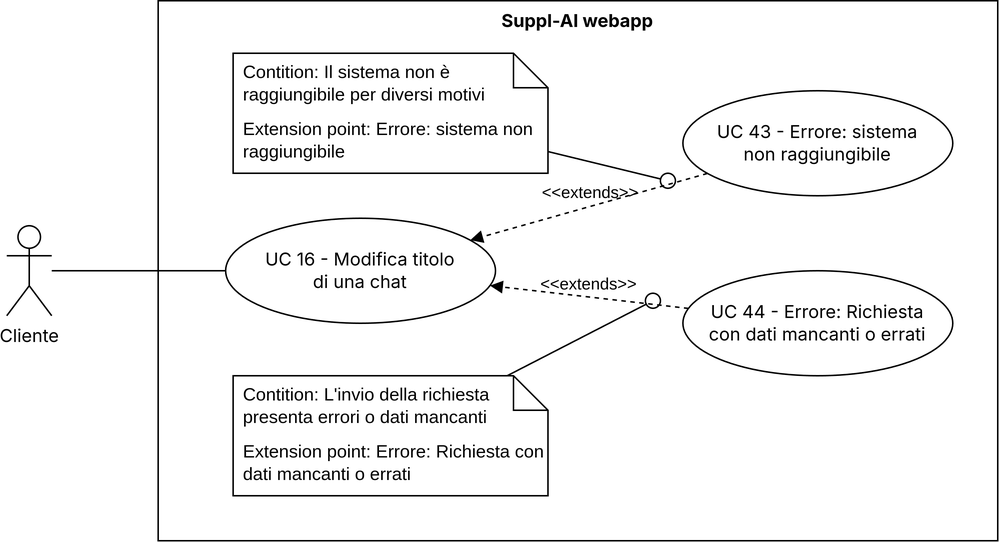
CodeHex16/documentazione keeps this draw.io diagram as 3 - PB/imgs/uc16.png. Above is the earlier version. Source tidied: cells renumbered, new cells last; positions are measured from the earlier drawing's top-left corner, leaving out a move shared by most shapes.
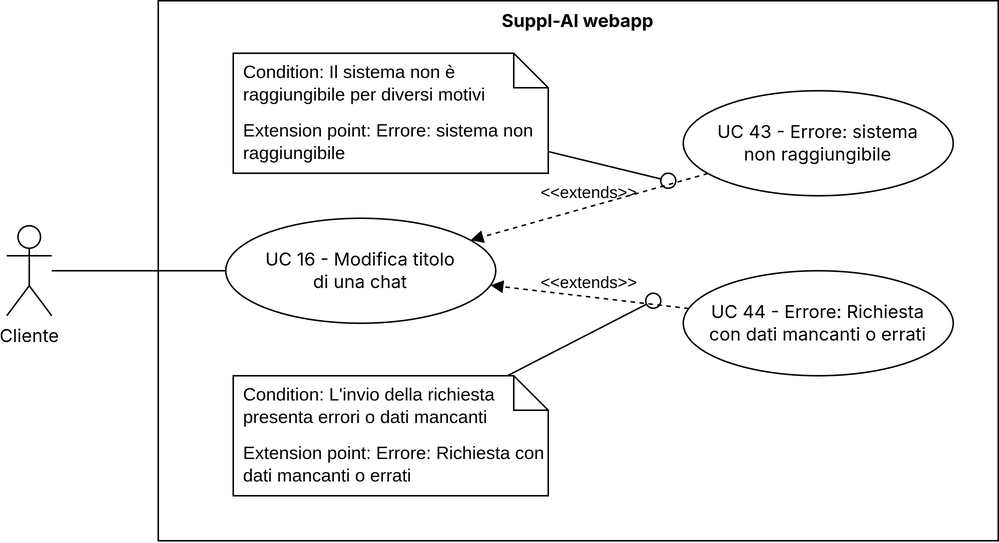
After the change.

Change to the diagram source:
```diff
@@ -28,7 +28,7 @@
     <mxCell id="9" value="&lt;br&gt;Extension point: Errore: sistema non raggiungibile" style="shape=note2;boundedLbl=1;whiteSpace=wrap;html=1;size=23;verticalAlign=top;align=left;spacingLeft=5;" parent="1" vertex="1">
       <mxGeometry x="151" y="35" width="210" height="80" as="geometry" />
     </mxCell>
-    <mxCell id="10" value="&lt;span style=&quot;text-align: center;&quot;&gt;Contition: Il sistema non è raggiungibile per diversi motivi&lt;/span&gt;" style="strokeColor=none;fillColor=none;align=left;spacingLeft=5;whiteSpace=wrap;html=1;" parent="9" vertex="1">
+    <mxCell id="10" value="&lt;span style=&quot;text-align: center;&quot;&gt;Condition&lt;/span&gt;&lt;span style=&quot;text-align: center;&quot;&gt;: Il sistema non è raggiungibile per diversi motivi&lt;/span&gt;" style="strokeColor=none;fillColor=none;align=left;spacingLeft=5;whiteSpace=wrap;html=1;" parent="9" vertex="1">
       <mxGeometry width="210" height="40" relative="1" as="geometry" />
     </mxCell>
     <mxCell id="11" style="edgeStyle=orthogonalEdgeStyle;rounded=0;orthogonalLoop=1;jettySize=auto;html=1;exitX=0.5;exitY=1;exitDx=0;exitDy=0;" parent="9" edge="1" source="10" target="10">
@@ -48,7 +48,7 @@
     <mxCell id="15" value="&lt;br&gt;Extension point: Errore: Richiesta con dati mancanti o errati" style="shape=note2;boundedLbl=1;whiteSpace=wrap;html=1;size=23;verticalAlign=top;align=left;spacingLeft=5;" parent="1" vertex="1">
       <mxGeometry x="151" y="250" width="210" height="80" as="geometry" />
     </mxCell>
-    <mxCell id="16" value="&lt;span style=&quot;text-align: center;&quot;&gt;Contition: L'invio della richiesta presenta errori o dati mancanti&lt;/span&gt;" style="strokeColor=none;fillColor=none;align=left;spacingLeft=5;whiteSpace=wrap;html=1;" parent="15" vertex="1">
+    <mxCell id="16" value="&lt;span style=&quot;text-align: center;&quot;&gt;Condition&lt;/span&gt;&lt;span style=&quot;text-align: center;&quot;&gt;: L'invio della richiesta presenta errori o dati mancanti&lt;/span&gt;" style="strokeColor=none;fillColor=none;align=left;spacingLeft=5;whiteSpace=wrap;html=1;" parent="15" vertex="1">
       <mxGeometry width="210" height="40" relative="1" as="geometry" />
     </mxCell>
     <mxCell id="17" style="edgeStyle=orthogonalEdgeStyle;rounded=0;orthogonalLoop=1;jettySize=auto;html=1;exitX=0.5;exitY=1;exitDx=0;exitDy=0;" parent="15" edge="1" source="16" target="16">
```
